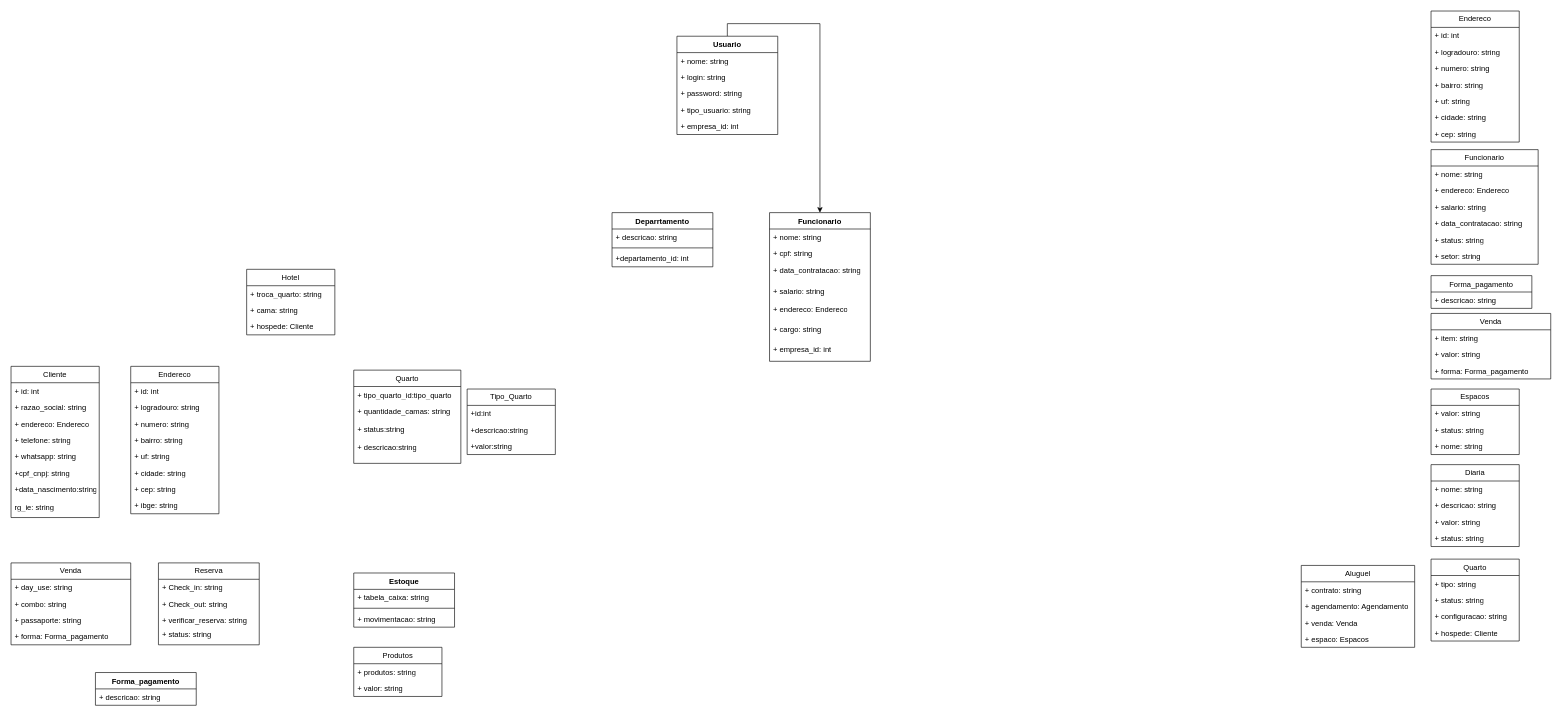
Above: page "Geral" (1 of 4) of Diagrama sem nome.drawio in FSOFTSistemas/Lago (draw.io), before the change. Source tidied: cells renumbered, new cells numbered last; positions are measured from the earlier drawing's top-left corner, leaving out a move shared by most shapes. Both pictures are drawn from the tidied source at 63%, with x=0, y=0 at pixel (11, 11).
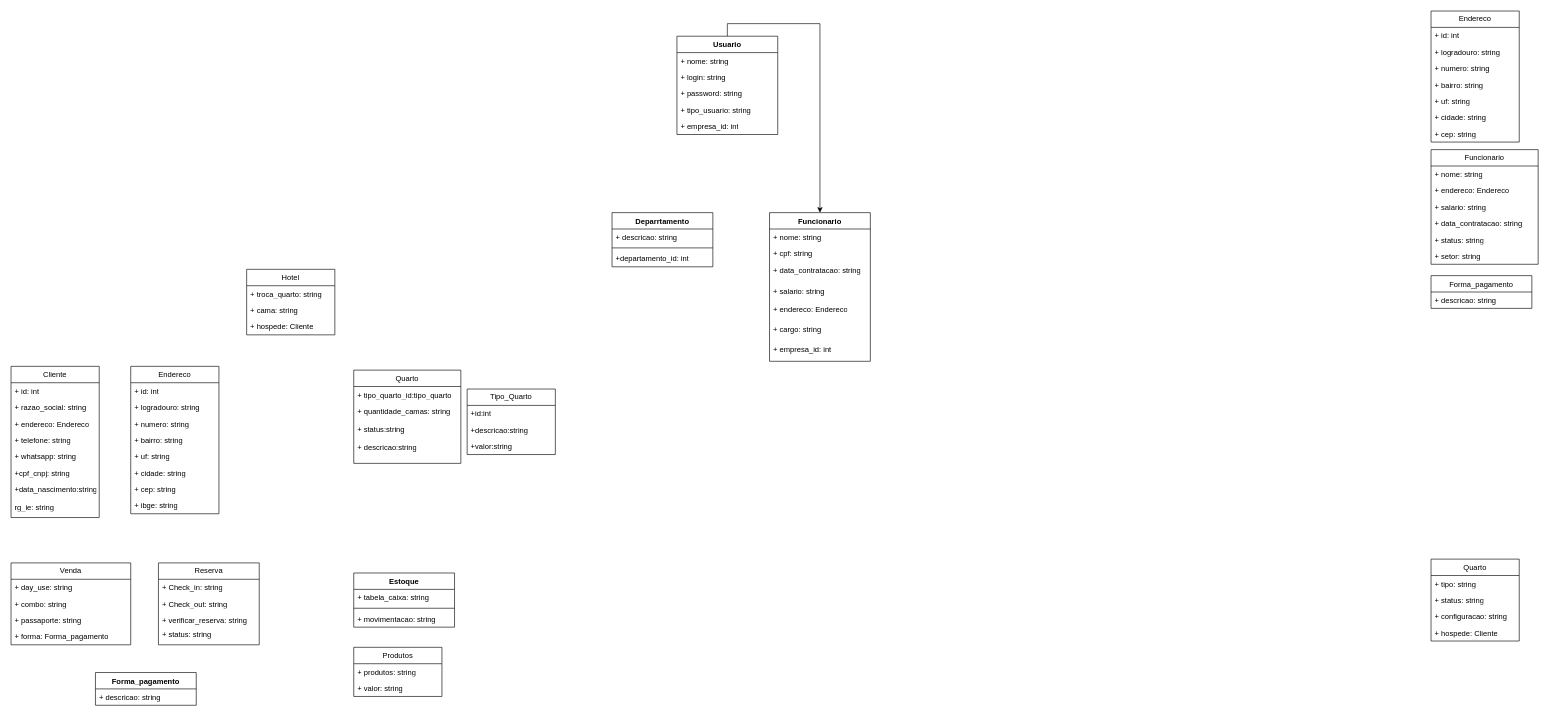
The same diagram, later.

The edit, as a diff of the source:
```diff
@@
-    <mxCell id="28" value="Venda" style="swimlane;fontStyle=0;horizontal=1;startSize=26;fillColor=none;whiteSpace=wrap;html=1;" parent="1" vertex="1">
-      <mxGeometry x="2254" y="480" width="190" height="104" as="geometry" />
-    </mxCell>
-    <mxCell id="29" value="+ item: string" style="text;strokeColor=none;fillColor=none;align=left;verticalAlign=top;spacingLeft=4;spacingRight=4;overflow=hidden;whiteSpace=wrap;html=1;" parent="28" vertex="1">
-      <mxGeometry y="26" width="190" height="26" as="geometry" />
-    </mxCell>
-    <mxCell id="30" value="+ valor: string" style="text;strokeColor=none;fillColor=none;align=left;verticalAlign=top;spacingLeft=4;spacingRight=4;overflow=hidden;whiteSpace=wrap;html=1;" parent="28" vertex="1">
-      <mxGeometry y="52" width="190" height="26" as="geometry" />
-    </mxCell>
-    <mxCell id="31" value="+ forma: Forma_pagamento" style="text;strokeColor=none;fillColor=none;align=left;verticalAlign=top;spacingLeft=4;spacingRight=4;overflow=hidden;whiteSpace=wrap;html=1;" parent="28" vertex="1">
-      <mxGeometry y="78" width="190" height="26" as="geometry" />
-    </mxCell>
-    <mxCell id="32" value="Espacos" style="swimlane;fontStyle=0;horizontal=1;startSize=26;fillColor=none;whiteSpace=wrap;html=1;" parent="1" vertex="1">
-      <mxGeometry x="2254" y="600" width="140" height="104" as="geometry" />
-    </mxCell>
-    <mxCell id="33" value="+ valor: string" style="text;strokeColor=none;fillColor=none;align=left;verticalAlign=top;spacingLeft=4;spacingRight=4;overflow=hidden;whiteSpace=wrap;html=1;" parent="32" vertex="1">
-      <mxGeometry y="26" width="140" height="26" as="geometry" />
-    </mxCell>
-    <mxCell id="34" value="+ status: string" style="text;strokeColor=none;fillColor=none;align=left;verticalAlign=top;spacingLeft=4;spacingRight=4;overflow=hidden;whiteSpace=wrap;html=1;" parent="32" vertex="1">
-      <mxGeometry y="52" width="140" height="26" as="geometry" />
-    </mxCell>
-    <mxCell id="35" value="+ nome: string" style="text;strokeColor=none;fillColor=none;align=left;verticalAlign=top;spacingLeft=4;spacingRight=4;overflow=hidden;whiteSpace=wrap;html=1;" parent="32" vertex="1">
-      <mxGeometry y="78" width="140" height="26" as="geometry" />
-    </mxCell>
@@
-    <mxCell id="38" value="Diaria" style="swimlane;fontStyle=0;horizontal=1;startSize=26;fillColor=none;whiteSpace=wrap;html=1;" parent="1" vertex="1">
-      <mxGeometry x="2254" y="720" width="140" height="130" as="geometry" />
-    </mxCell>
-    <mxCell id="39" value="+ nome: string" style="text;strokeColor=none;fillColor=none;align=left;verticalAlign=top;spacingLeft=4;spacingRight=4;overflow=hidden;whiteSpace=wrap;html=1;" parent="38" vertex="1">
-      <mxGeometry y="26" width="140" height="26" as="geometry" />
-    </mxCell>
-    <mxCell id="40" value="+ descricao: string" style="text;strokeColor=none;fillColor=none;align=left;verticalAlign=top;spacingLeft=4;spacingRight=4;overflow=hidden;whiteSpace=wrap;html=1;" parent="38" vertex="1">
-      <mxGeometry y="52" width="140" height="26" as="geometry" />
-    </mxCell>
-    <mxCell id="41" value="+ valor: string" style="text;strokeColor=none;fillColor=none;align=left;verticalAlign=top;spacingLeft=4;spacingRight=4;overflow=hidden;whiteSpace=wrap;html=1;" parent="38" vertex="1">
-      <mxGeometry y="78" width="140" height="26" as="geometry" />
-    </mxCell>
-    <mxCell id="42" value="+ status: string" style="text;strokeColor=none;fillColor=none;align=left;verticalAlign=top;spacingLeft=4;spacingRight=4;overflow=hidden;whiteSpace=wrap;html=1;" parent="38" vertex="1">
-      <mxGeometry y="104" width="140" height="26" as="geometry" />
-    </mxCell>
@@
-    <mxCell id="70" value="Aluguel" style="swimlane;fontStyle=0;horizontal=1;startSize=26;fillColor=none;whiteSpace=wrap;html=1;" parent="1" vertex="1">
-      <mxGeometry x="2048" y="880" width="180" height="130" as="geometry" />
-    </mxCell>
-    <mxCell id="71" value="+ contrato: string" style="text;strokeColor=none;fillColor=none;align=left;verticalAlign=top;spacingLeft=4;spacingRight=4;overflow=hidden;whiteSpace=wrap;html=1;" parent="70" vertex="1">
-      <mxGeometry y="26" width="180" height="26" as="geometry" />
-    </mxCell>
-    <mxCell id="72" value="+ agendamento: Agendamento" style="text;strokeColor=none;fillColor=none;align=left;verticalAlign=top;spacingLeft=4;spacingRight=4;overflow=hidden;whiteSpace=wrap;html=1;" parent="70" vertex="1">
-      <mxGeometry y="52" width="180" height="26" as="geometry" />
-    </mxCell>
-    <mxCell id="73" value="+ venda: Venda" style="text;strokeColor=none;fillColor=none;align=left;verticalAlign=top;spacingLeft=4;spacingRight=4;overflow=hidden;whiteSpace=wrap;html=1;" parent="70" vertex="1">
-      <mxGeometry y="78" width="180" height="26" as="geometry" />
-    </mxCell>
-    <mxCell id="74" value="+ espaco: Espacos" style="text;strokeColor=none;fillColor=none;align=left;verticalAlign=top;spacingLeft=4;spacingRight=4;overflow=hidden;whiteSpace=wrap;html=1;" parent="70" vertex="1">
-      <mxGeometry y="104" width="180" height="26" as="geometry" />
-    </mxCell>
```
